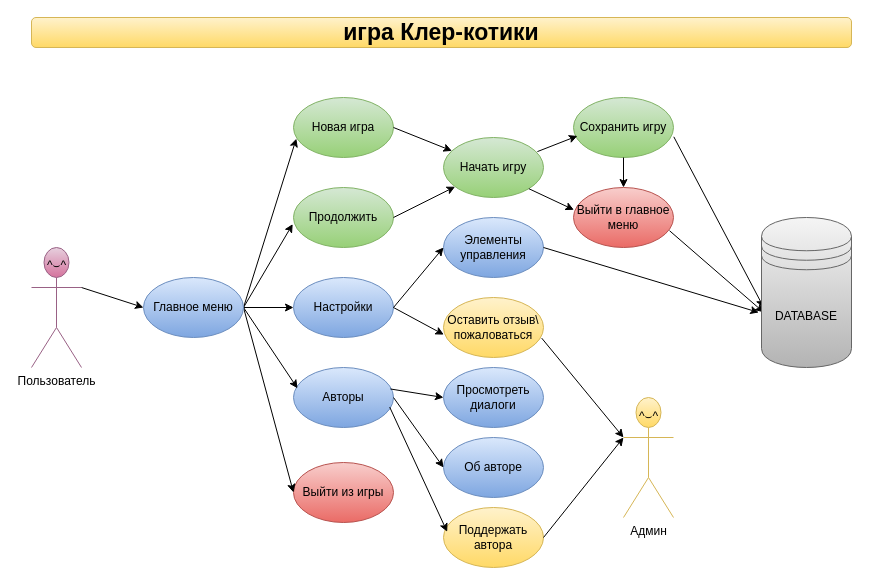
This is Диаграмма без названия.drawio from GOAshi/diplom, a draw.io file, before an edit. Source tidied: cells renumbered, new cells numbered last; positions are measured from the earlier drawing's top-left corner, leaving out a move shared by most shapes. Both pictures are drawn from the tidied source at 100%, with x=0, y=0 at pixel (31, 17).
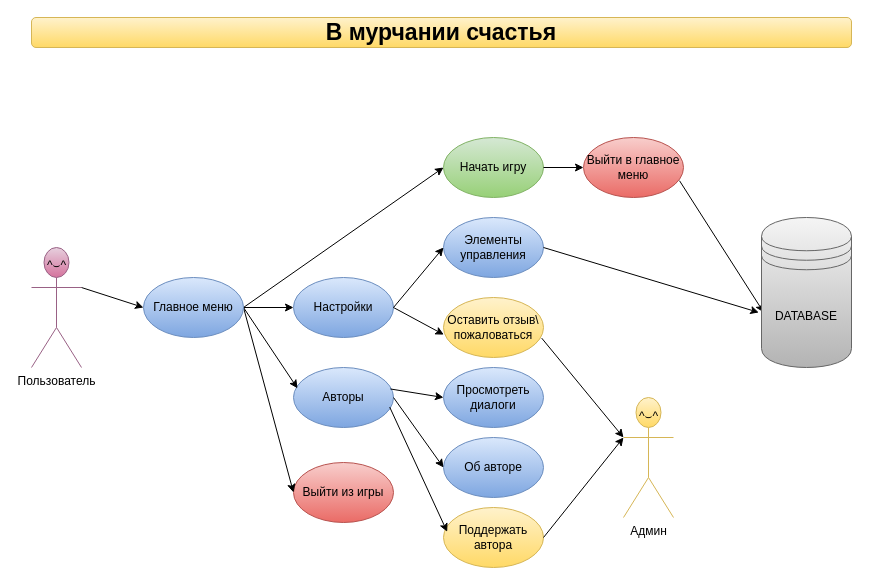
The same page after the edit.

The change refers to these unchanged cells:
```xml
<mxCell id="13" value="Начать игру" style="ellipse;whiteSpace=wrap;html=1;fillColor=#d5e8d4;gradientColor=#97d077;strokeColor=#82b366;" parent="1" vertex="1">
  <mxGeometry x="412" y="120" width="100" height="60" as="geometry" />
</mxCell>
<mxCell id="36" value="Главное меню" style="ellipse;whiteSpace=wrap;html=1;fillColor=#dae8fc;gradientColor=#7ea6e0;strokeColor=#6c8ebf;" parent="1" vertex="1">
  <mxGeometry x="112" y="260" width="100" height="60" as="geometry" />
</mxCell>
<mxCell id="39" value="DATABASE" style="shape=datastore;whiteSpace=wrap;html=1;fillColor=#f5f5f5;gradientColor=#b3b3b3;strokeColor=#666666;" parent="1" vertex="1">
  <mxGeometry x="730" y="200" width="90" height="150" as="geometry" />
</mxCell>
```

Change to the diagram source:
```diff
@@
-    <mxCell id="3" value="Новая игра" style="ellipse;whiteSpace=wrap;html=1;fillColor=#d5e8d4;gradientColor=#97d077;strokeColor=#82b366;" parent="1" vertex="1">
-      <mxGeometry x="262" y="80" width="100" height="60" as="geometry" />
-    </mxCell>
-    <mxCell id="4" value="Продолжить" style="ellipse;whiteSpace=wrap;html=1;fillColor=#d5e8d4;gradientColor=#97d077;strokeColor=#82b366;" parent="1" vertex="1">
-      <mxGeometry x="262" y="170" width="100" height="60" as="geometry" />
-    </mxCell>
@@
-    <mxCell id="8" style="endArrow=classic;html=1;rounded=0;entryX=0.028;entryY=0.685;entryDx=0;entryDy=0;entryPerimeter=0;exitX=1;exitY=0.5;exitDx=0;exitDy=0;" parent="1" edge="1" source="36" target="3">
+    <mxCell id="8" style="endArrow=classic;html=1;rounded=0;entryX=0;entryY=0.5;entryDx=0;entryDy=0;exitX=1;exitY=0.5;exitDx=0;exitDy=0;" parent="1" edge="1" source="36" target="13">
       <mxGeometry relative="1" as="geometry" />
     </mxCell>
-    <mxCell id="9" style="endArrow=classic;html=1;rounded=0;exitX=1;exitY=0.5;exitDx=0;exitDy=0;entryX=-0.008;entryY=0.61;entryDx=0;entryDy=0;entryPerimeter=0;" parent="1" edge="1" source="36" target="4">
-      <mxGeometry relative="1" as="geometry" />
-    </mxCell>
@@
-    <mxCell id="14" style="endArrow=classic;html=1;rounded=0;" parent="1" edge="1" target="13">
-      <mxGeometry relative="1" as="geometry">
-        <mxPoint x="362" y="110" as="sourcePoint" />
-      </mxGeometry>
-    </mxCell>
-    <mxCell id="15" style="endArrow=classic;html=1;rounded=0;" parent="1" edge="1" target="13">
-      <mxGeometry relative="1" as="geometry">
-        <mxPoint x="362" y="200" as="sourcePoint" />
-      </mxGeometry>
-    </mxCell>
     <mxCell id="16" value="Выйти в главное меню" style="ellipse;whiteSpace=wrap;html=1;fillColor=#f8cecc;gradientColor=#ea6b66;strokeColor=#b85450;" parent="1" vertex="1">
-      <mxGeometry x="542" y="170" width="100" height="60" as="geometry" />
+      <mxGeometry x="552" y="120" width="100" height="60" as="geometry" />
     </mxCell>
-    <mxCell id="17" value="Сохранить игру" style="ellipse;whiteSpace=wrap;html=1;fillColor=#d5e8d4;gradientColor=#97d077;strokeColor=#82b366;" parent="1" vertex="1">
-      <mxGeometry x="542" y="80" width="100" height="60" as="geometry" />
-    </mxCell>
-    <mxCell id="18" style="endArrow=classic;html=1;rounded=0;exitX=0.939;exitY=0.235;exitDx=0;exitDy=0;exitPerimeter=0;entryX=0.039;entryY=0.641;entryDx=0;entryDy=0;entryPerimeter=0;" parent="1" edge="1" source="13" target="17">
-      <mxGeometry relative="1" as="geometry" />
-    </mxCell>
-    <mxCell id="19" style="endArrow=classic;html=1;rounded=0;exitX=1;exitY=1;exitDx=0;exitDy=0;entryX=0.004;entryY=0.372;entryDx=0;entryDy=0;entryPerimeter=0;" parent="1" edge="1" source="13" target="16">
+    <mxCell id="19" style="endArrow=classic;html=1;rounded=0;exitX=1;exitY=0.5;exitDx=0;exitDy=0;entryX=0;entryY=0.5;entryDx=0;entryDy=0;" parent="1" edge="1" source="13" target="16">
       <mxGeometry relative="1" as="geometry" />
     </mxCell>
-    <mxCell id="20" style="endArrow=classic;html=1;rounded=0;entryX=0.5;entryY=0;entryDx=0;entryDy=0;exitX=0.5;exitY=1;exitDx=0;exitDy=0;" parent="1" edge="1" source="17" target="16">
-      <mxGeometry relative="1" as="geometry" />
-    </mxCell>
@@
-    <mxCell id="32" style="endArrow=classic;html=1;rounded=0;entryX=0.024;entryY=0.599;entryDx=0;entryDy=0;entryPerimeter=0;exitX=1.003;exitY=0.655;exitDx=0;exitDy=0;exitPerimeter=0;" parent="1" edge="1" source="17" target="39">
-      <mxGeometry relative="1" as="geometry" />
-    </mxCell>
@@
-    <mxCell id="38" value="&lt;b&gt;&lt;font style=&quot;font-size: 23px;&quot;&gt;игра Клер-котики&lt;/font&gt;&lt;/b&gt;" style="rounded=1;whiteSpace=wrap;html=1;fillColor=#fff2cc;strokeColor=#d6b656;gradientColor=#ffd966;" parent="1" vertex="1">
+    <mxCell id="38" value="&lt;span style=&quot;font-size: 23px;&quot;&gt;&lt;b&gt;В мурчании счастья&lt;/b&gt;&lt;/span&gt;" style="rounded=1;whiteSpace=wrap;html=1;fillColor=#fff2cc;strokeColor=#d6b656;gradientColor=#ffd966;" parent="1" vertex="1">
       <mxGeometry width="820" height="30" as="geometry" />
     </mxCell>
```
